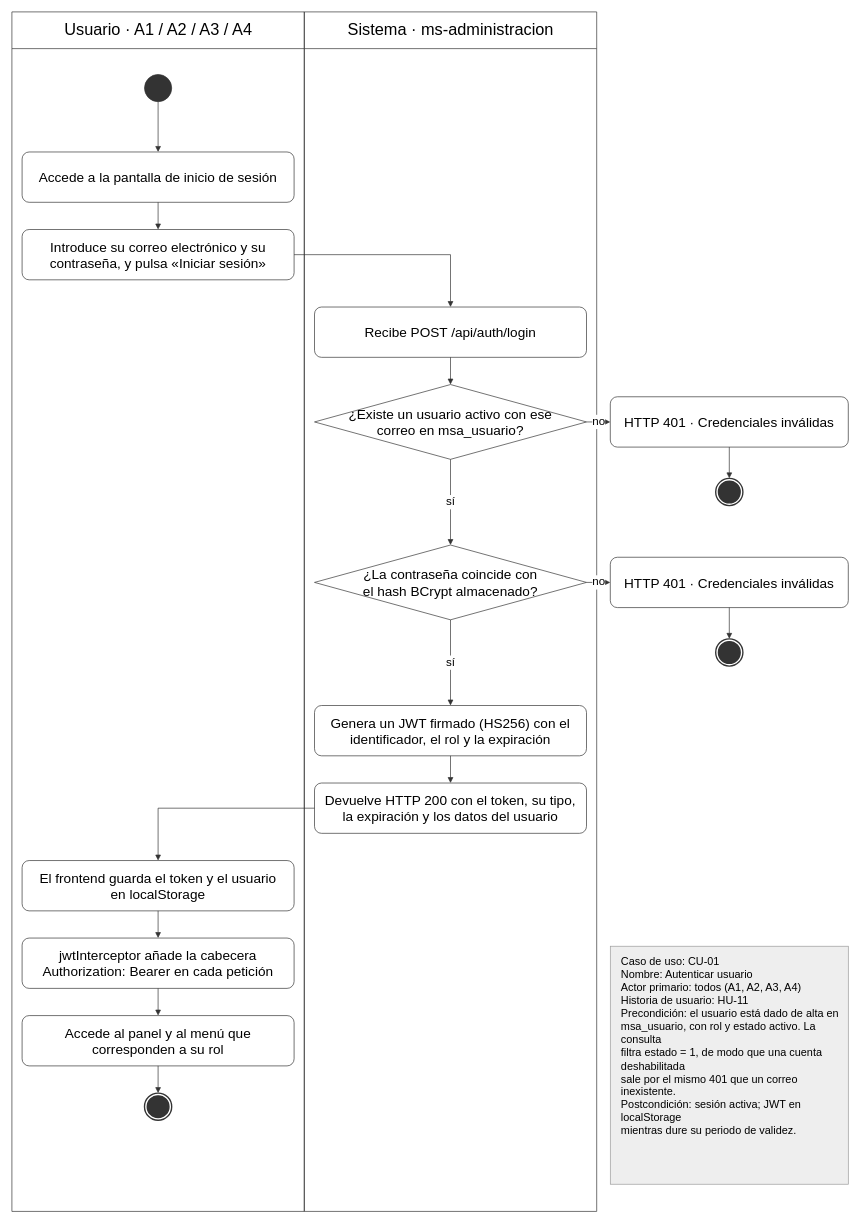
tfm-missi-2026/orquestacion keeps this draw.io diagram as Docs/Diagramas/Actividad/CU-01_Autenticar_Usuario.drawio. Above is the earlier version. Source tidied: cells renumbered, new cells numbered last; positions are measured from the earlier drawing's top-left corner, leaving out a move shared by most shapes. Both pictures are drawn from the tidied source at 68%, with x=0, y=0 at pixel (12, 12).
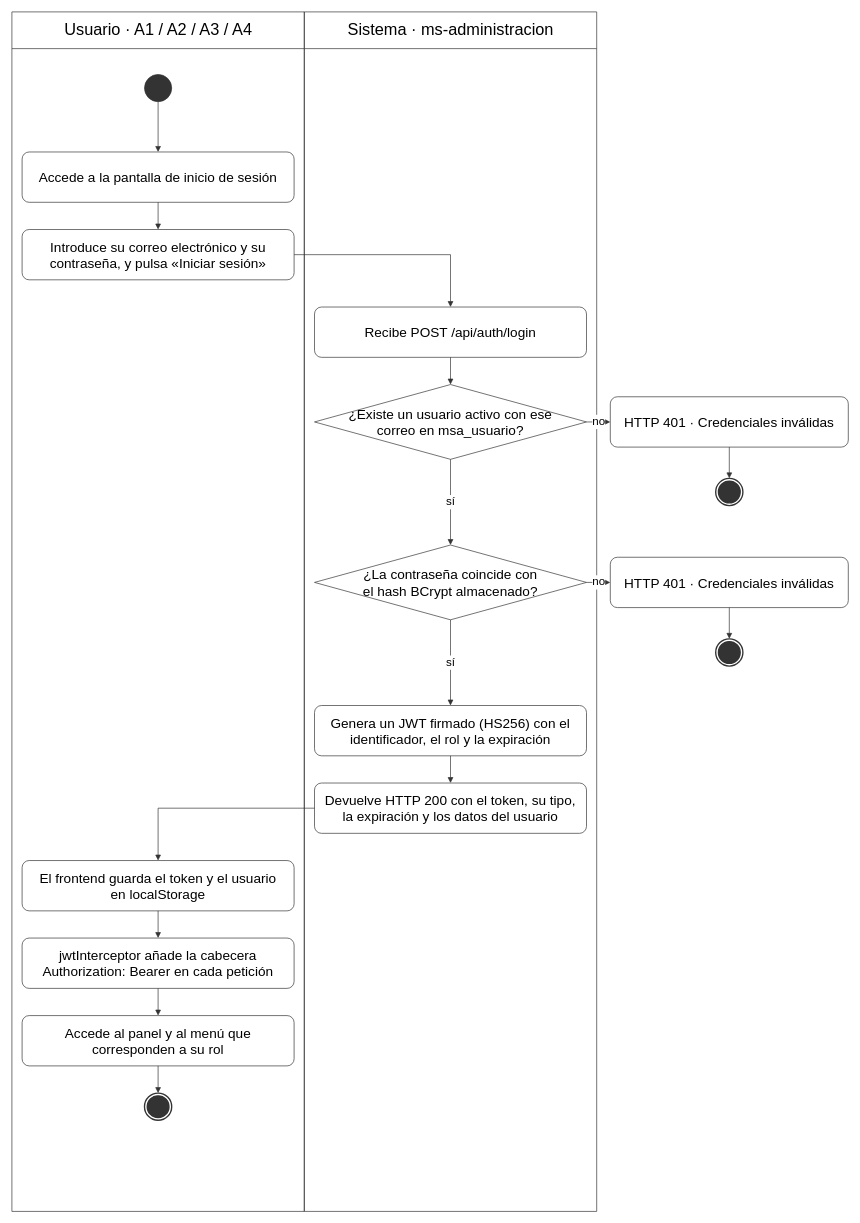
After the change.

Change to the diagram source:
```diff
@@
-    <mxCell id="35" value="Caso de uso: CU-01&lt;br&gt;Nombre: Autenticar usuario&lt;br&gt;Actor primario: todos (A1, A2, A3, A4)&lt;br&gt;Historia de usuario: HU-11&lt;br&gt;Precondición: el usuario está dado de alta en&lt;br&gt;msa_usuario, con rol y estado activo. La consulta&lt;br&gt;filtra estado = 1, de modo que una cuenta deshabilitada&lt;br&gt;sale por el mismo 401 que un correo inexistente.&lt;br&gt;Postcondición: sesión activa; JWT en localStorage&lt;br&gt;mientras dure su periodo de validez." style="rounded=0;whiteSpace=wrap;html=1;fillColor=#EEEEEE;strokeColor=#999999;strokeWidth=1;fontColor=#000000;fontSize=16;align=left;verticalAlign=top;spacingLeft=14;spacingTop=6;shadow=0;" parent="1" vertex="1">
-      <mxGeometry x="880" y="1374" width="350" height="350" as="geometry" />
-    </mxCell>
```
